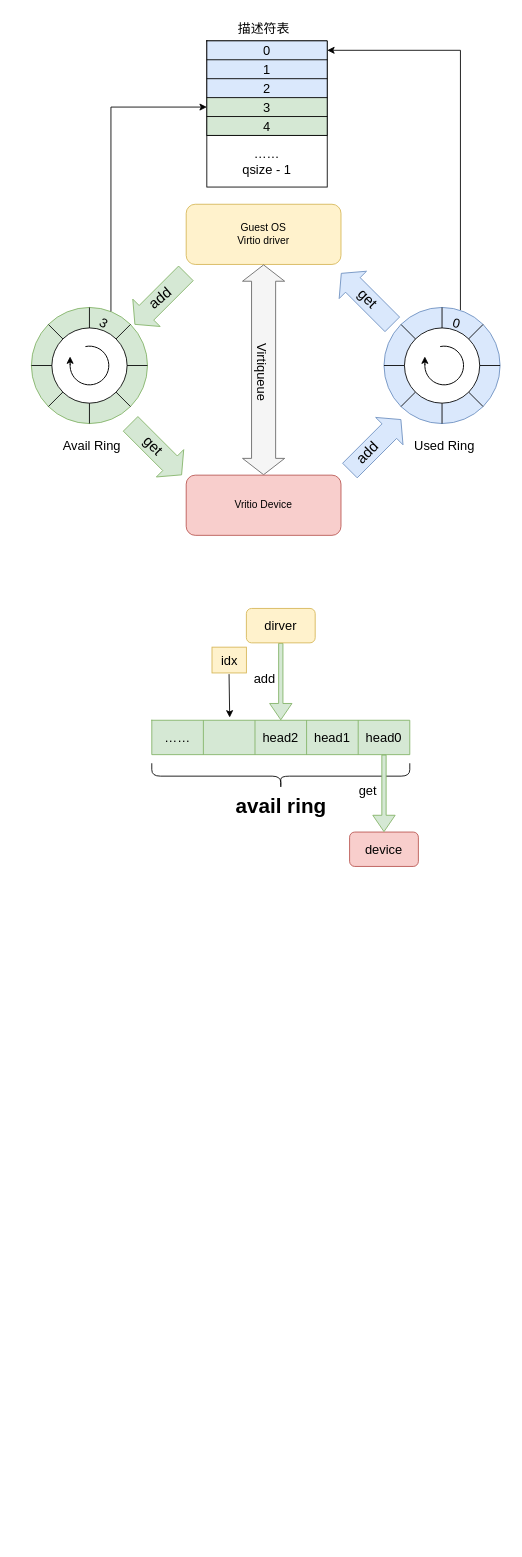
This is virtqueue.drawio from SongXiaoLongg/DrawIO, a draw.io file, before an edit. Source tidied: cells renumbered, new cells numbered last; positions are measured from the earlier drawing's top-left corner, leaving out a move shared by most shapes. Both pictures are drawn from the tidied source at 86%, with x=0, y=0 at pixel (31, 15).
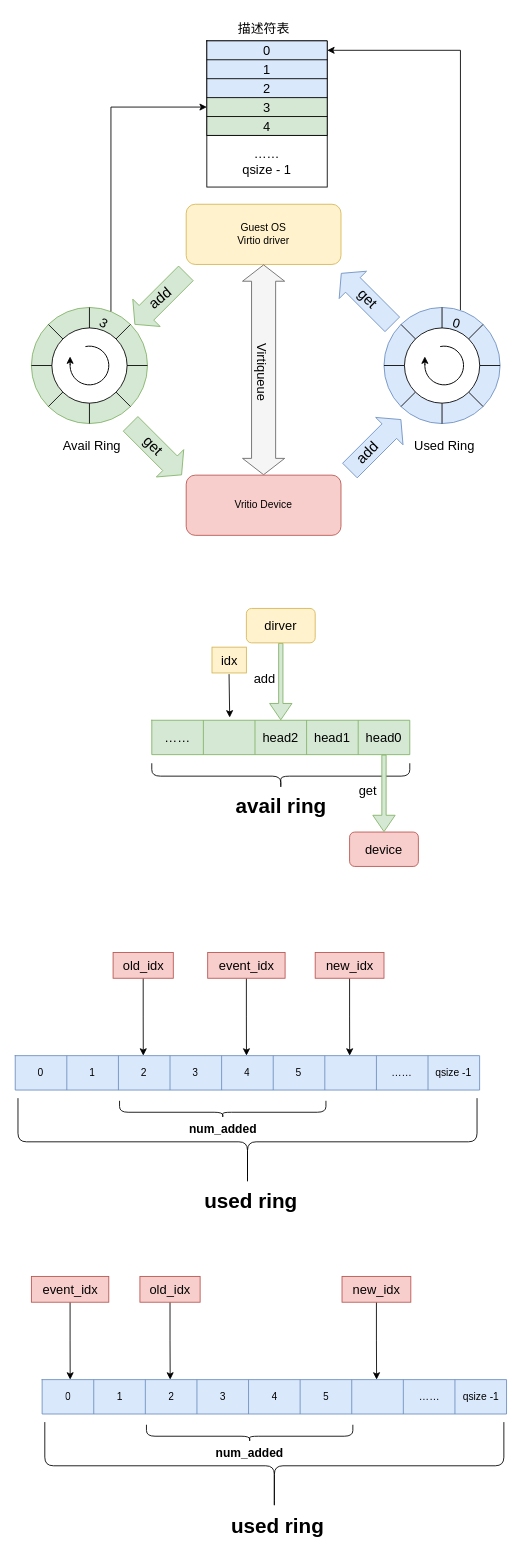
The same diagram, later.

The edit, as a diff of the source:
```diff
@@
+    <mxCell id="78" style="shape=table;startSize=0;childLayout=tableLayout;fillColor=#dae8fc;strokeColor=#6c8ebf;" parent="1" vertex="1">
+      <mxGeometry x="-18.8" y="1210" width="540" height="40" as="geometry" />
+    </mxCell>
+    <mxCell id="79" style="shape=tableRow;horizontal=0;startSize=0;swimlaneHead=0;swimlaneBody=0;top=0;left=0;bottom=0;right=0;fillColor=none;" parent="78" vertex="1">
+      <mxGeometry width="540" height="40" as="geometry" />
+    </mxCell>
+    <mxCell id="80" value="0" style="shape=partialRectangle;html=1;whiteSpace=wrap;overflow=hidden;fillColor=none;top=0;left=0;bottom=0;right=0;" parent="79" vertex="1">
+      <mxGeometry width="60" height="40" as="geometry" />
+    </mxCell>
+    <mxCell id="81" value="1" style="shape=partialRectangle;html=1;whiteSpace=wrap;overflow=hidden;fillColor=none;top=0;left=0;bottom=0;right=0;" parent="79" vertex="1">
+      <mxGeometry x="60" width="60" height="40" as="geometry" />
+    </mxCell>
+    <mxCell id="82" value="2" style="shape=partialRectangle;html=1;whiteSpace=wrap;overflow=hidden;fillColor=none;top=0;left=0;bottom=0;right=0;" parent="79" vertex="1">
+      <mxGeometry x="120" width="60" height="40" as="geometry" />
+    </mxCell>
+    <mxCell id="83" value="3" style="shape=partialRectangle;html=1;whiteSpace=wrap;overflow=hidden;fillColor=none;top=0;left=0;bottom=0;right=0;" parent="79" vertex="1">
+      <mxGeometry x="180" width="60" height="40" as="geometry" />
+    </mxCell>
+    <mxCell id="84" value="4" style="shape=partialRectangle;html=1;whiteSpace=wrap;overflow=hidden;fillColor=none;top=0;left=0;bottom=0;right=0;" parent="79" vertex="1">
+      <mxGeometry x="240" width="60" height="40" as="geometry" />
+    </mxCell>
+    <mxCell id="85" value="5" style="shape=partialRectangle;html=1;whiteSpace=wrap;overflow=hidden;fillColor=none;top=0;left=0;bottom=0;right=0;" parent="79" vertex="1">
+      <mxGeometry x="300" width="60" height="40" as="geometry" />
+    </mxCell>
+    <mxCell id="86" style="shape=partialRectangle;html=1;whiteSpace=wrap;overflow=hidden;fillColor=none;top=0;left=0;bottom=0;right=0;" parent="79" vertex="1">
+      <mxGeometry x="360" width="60" height="40" as="geometry" />
+    </mxCell>
+    <mxCell id="87" value="……" style="shape=partialRectangle;html=1;whiteSpace=wrap;overflow=hidden;fillColor=none;top=0;left=0;bottom=0;right=0;" parent="79" vertex="1">
+      <mxGeometry x="420" width="60" height="40" as="geometry" />
+    </mxCell>
+    <mxCell id="88" value="qsize -1" style="shape=partialRectangle;html=1;whiteSpace=wrap;overflow=hidden;fillColor=none;top=0;left=0;bottom=0;right=0;" parent="79" vertex="1">
+      <mxGeometry x="480" width="60" height="40" as="geometry" />
+    </mxCell>
+    <mxCell id="89" style="shape=curlyBracket;whiteSpace=wrap;html=1;rounded=1;rotation=-90;" parent="1" vertex="1">
+      <mxGeometry x="200.5" y="1043.3" width="101.6" height="533.8" as="geometry" />
+    </mxCell>
+    <mxCell id="90" value="used ring" style="text;strokeColor=none;fillColor=none;html=1;fontSize=24;fontStyle=1;verticalAlign=middle;align=center;labelBackgroundColor=none;labelBorderColor=none;strokeWidth=1;fontColor=default;" parent="1" vertex="1">
+      <mxGeometry x="205" y="1360" width="100" height="40" as="geometry" />
+    </mxCell>
+    <mxCell id="91" style="edgeStyle=orthogonalEdgeStyle;rounded=0;jettySize=auto;html=1;entryX=0.609;entryY=0;entryDx=0;entryDy=0;entryPerimeter=0;" parent="1" edge="1" source="92">
+      <mxGeometry relative="1" as="geometry">
+        <mxPoint x="370.1" y="1210" as="targetPoint" />
+      </mxGeometry>
+    </mxCell>
+    <mxCell id="92" value="new_idx" style="text;html=1;align=center;verticalAlign=middle;points=[];strokeColor=#b85450;fillColor=#f8cecc;fontSize=15;labelBackgroundColor=none;labelBorderColor=none;strokeWidth=1;" parent="1" vertex="1">
+      <mxGeometry x="330" y="1090" width="80" height="30" as="geometry" />
+    </mxCell>
+    <mxCell id="93" style="edgeStyle=orthogonalEdgeStyle;rounded=0;jettySize=auto;html=1;entryX=0.609;entryY=0;entryDx=0;entryDy=0;entryPerimeter=0;" parent="1" edge="1" source="94">
+      <mxGeometry relative="1" as="geometry">
+        <mxPoint x="130.1" y="1210" as="targetPoint" />
+      </mxGeometry>
+    </mxCell>
+    <mxCell id="94" value="old_idx" style="text;html=1;align=center;verticalAlign=middle;points=[];strokeColor=#b85450;fillColor=#f8cecc;fontSize=15;labelBackgroundColor=none;labelBorderColor=none;strokeWidth=1;" parent="1" vertex="1">
+      <mxGeometry x="95" y="1090" width="70" height="30" as="geometry" />
+    </mxCell>
+    <mxCell id="95" style="shape=curlyBracket;whiteSpace=wrap;html=1;rounded=1;rotation=-90;size=0.3333333333333333;" parent="1" vertex="1">
+      <mxGeometry x="212.5" y="1152.5" width="20" height="240" as="geometry" />
+    </mxCell>
+    <mxCell id="96" value="&lt;span style=&quot;font-family: 宋体, Arial; text-align: left;&quot;&gt;&lt;font style=&quot;font-size: 14px;&quot;&gt;&lt;b&gt;num_added&lt;/b&gt;&lt;/font&gt;&lt;/span&gt;" style="text;html=1;strokeColor=none;fillColor=none;align=center;verticalAlign=middle;whiteSpace=wrap;rounded=0;fontColor=#000000;" parent="1" vertex="1">
+      <mxGeometry x="192.5" y="1280" width="60" height="30" as="geometry" />
+    </mxCell>
+    <mxCell id="97" style="edgeStyle=orthogonalEdgeStyle;rounded=0;jettySize=auto;html=1;entryX=0.609;entryY=0;entryDx=0;entryDy=0;entryPerimeter=0;" parent="1" edge="1" source="98">
+      <mxGeometry relative="1" as="geometry">
+        <mxPoint x="250.1" y="1210" as="targetPoint" />
+      </mxGeometry>
+    </mxCell>
+    <mxCell id="98" value="event_idx" style="text;html=1;align=center;verticalAlign=middle;points=[];strokeColor=#b85450;fillColor=#f8cecc;fontSize=15;labelBackgroundColor=none;labelBorderColor=none;strokeWidth=1;" parent="1" vertex="1">
+      <mxGeometry x="205" y="1090" width="90" height="30" as="geometry" />
+    </mxCell>
+    <mxCell id="99" style="shape=table;startSize=0;childLayout=tableLayout;fillColor=#dae8fc;strokeColor=#6c8ebf;" parent="1" vertex="1">
+      <mxGeometry x="12.5" y="1586.7" width="540" height="40" as="geometry" />
+    </mxCell>
+    <mxCell id="100" style="shape=tableRow;horizontal=0;startSize=0;swimlaneHead=0;swimlaneBody=0;top=0;left=0;bottom=0;right=0;fillColor=none;" parent="99" vertex="1">
+      <mxGeometry width="540" height="40" as="geometry" />
+    </mxCell>
+    <mxCell id="101" value="0" style="shape=partialRectangle;html=1;whiteSpace=wrap;overflow=hidden;fillColor=none;top=0;left=0;bottom=0;right=0;" parent="100" vertex="1">
+      <mxGeometry width="60" height="40" as="geometry" />
+    </mxCell>
+    <mxCell id="102" value="1" style="shape=partialRectangle;html=1;whiteSpace=wrap;overflow=hidden;fillColor=none;top=0;left=0;bottom=0;right=0;" parent="100" vertex="1">
+      <mxGeometry x="60" width="60" height="40" as="geometry" />
+    </mxCell>
+    <mxCell id="103" value="2" style="shape=partialRectangle;html=1;whiteSpace=wrap;overflow=hidden;fillColor=none;top=0;left=0;bottom=0;right=0;" parent="100" vertex="1">
+      <mxGeometry x="120" width="60" height="40" as="geometry" />
+    </mxCell>
+    <mxCell id="104" value="3" style="shape=partialRectangle;html=1;whiteSpace=wrap;overflow=hidden;fillColor=none;top=0;left=0;bottom=0;right=0;" parent="100" vertex="1">
+      <mxGeometry x="180" width="60" height="40" as="geometry" />
+    </mxCell>
+    <mxCell id="105" value="4" style="shape=partialRectangle;html=1;whiteSpace=wrap;overflow=hidden;fillColor=none;top=0;left=0;bottom=0;right=0;" parent="100" vertex="1">
+      <mxGeometry x="240" width="60" height="40" as="geometry" />
+    </mxCell>
+    <mxCell id="106" value="5" style="shape=partialRectangle;html=1;whiteSpace=wrap;overflow=hidden;fillColor=none;top=0;left=0;bottom=0;right=0;" parent="100" vertex="1">
+      <mxGeometry x="300" width="60" height="40" as="geometry" />
+    </mxCell>
+    <mxCell id="107" style="shape=partialRectangle;html=1;whiteSpace=wrap;overflow=hidden;fillColor=none;top=0;left=0;bottom=0;right=0;" parent="100" vertex="1">
+      <mxGeometry x="360" width="60" height="40" as="geometry" />
+    </mxCell>
+    <mxCell id="108" value="……" style="shape=partialRectangle;html=1;whiteSpace=wrap;overflow=hidden;fillColor=none;top=0;left=0;bottom=0;right=0;" parent="100" vertex="1">
+      <mxGeometry x="420" width="60" height="40" as="geometry" />
+    </mxCell>
+    <mxCell id="109" value="qsize -1" style="shape=partialRectangle;html=1;whiteSpace=wrap;overflow=hidden;fillColor=none;top=0;left=0;bottom=0;right=0;" parent="100" vertex="1">
+      <mxGeometry x="480" width="60" height="40" as="geometry" />
+    </mxCell>
+    <mxCell id="110" style="shape=curlyBracket;whiteSpace=wrap;html=1;rounded=1;rotation=-90;" parent="1" vertex="1">
+      <mxGeometry x="231.7" y="1420" width="101.6" height="533.8" as="geometry" />
+    </mxCell>
+    <mxCell id="111" value="used ring" style="text;strokeColor=none;fillColor=none;html=1;fontSize=24;fontStyle=1;verticalAlign=middle;align=center;labelBackgroundColor=none;labelBorderColor=none;strokeWidth=1;fontColor=default;" parent="1" vertex="1">
+      <mxGeometry x="236.2" y="1736.7" width="100" height="40" as="geometry" />
+    </mxCell>
+    <mxCell id="112" style="edgeStyle=orthogonalEdgeStyle;rounded=0;jettySize=auto;html=1;entryX=0.609;entryY=0;entryDx=0;entryDy=0;entryPerimeter=0;" parent="1" edge="1" source="113">
+      <mxGeometry relative="1" as="geometry">
+        <mxPoint x="401.4" y="1586.7" as="targetPoint" />
+      </mxGeometry>
+    </mxCell>
+    <mxCell id="113" value="new_idx" style="text;html=1;align=center;verticalAlign=middle;points=[];strokeColor=#b85450;fillColor=#f8cecc;fontSize=15;labelBackgroundColor=none;labelBorderColor=none;strokeWidth=1;" parent="1" vertex="1">
+      <mxGeometry x="361.2" y="1466.7" width="80" height="30" as="geometry" />
+    </mxCell>
+    <mxCell id="114" style="edgeStyle=orthogonalEdgeStyle;rounded=0;jettySize=auto;html=1;entryX=0.609;entryY=0;entryDx=0;entryDy=0;entryPerimeter=0;" parent="1" edge="1" source="115">
+      <mxGeometry relative="1" as="geometry">
+        <mxPoint x="161.4" y="1586.7" as="targetPoint" />
+      </mxGeometry>
+    </mxCell>
+    <mxCell id="115" value="old_idx" style="text;html=1;align=center;verticalAlign=middle;points=[];strokeColor=#b85450;fillColor=#f8cecc;fontSize=15;labelBackgroundColor=none;labelBorderColor=none;strokeWidth=1;" parent="1" vertex="1">
+      <mxGeometry x="126.2" y="1466.7" width="70" height="30" as="geometry" />
+    </mxCell>
+    <mxCell id="116" style="shape=curlyBracket;whiteSpace=wrap;html=1;rounded=1;rotation=-90;size=0.3333333333333333;" parent="1" vertex="1">
+      <mxGeometry x="243.8" y="1529.2" width="20" height="240" as="geometry" />
+    </mxCell>
+    <mxCell id="117" value="&lt;span style=&quot;font-family: 宋体, Arial; text-align: left;&quot;&gt;&lt;font style=&quot;font-size: 14px;&quot;&gt;&lt;b&gt;num_added&lt;/b&gt;&lt;/font&gt;&lt;/span&gt;" style="text;html=1;strokeColor=none;fillColor=none;align=center;verticalAlign=middle;whiteSpace=wrap;rounded=0;fontColor=#000000;" parent="1" vertex="1">
+      <mxGeometry x="223.8" y="1656.7" width="60" height="30" as="geometry" />
+    </mxCell>
+    <mxCell id="118" style="edgeStyle=orthogonalEdgeStyle;rounded=0;jettySize=auto;html=1;entryX=0.609;entryY=0;entryDx=0;entryDy=0;entryPerimeter=0;" parent="1" edge="1" source="119">
+      <mxGeometry relative="1" as="geometry">
+        <mxPoint x="45.1" y="1586.7" as="targetPoint" />
+      </mxGeometry>
+    </mxCell>
+    <mxCell id="119" value="event_idx" style="text;html=1;align=center;verticalAlign=middle;points=[];strokeColor=#b85450;fillColor=#f8cecc;fontSize=15;labelBackgroundColor=none;labelBorderColor=none;strokeWidth=1;" parent="1" vertex="1">
+      <mxGeometry y="1466.7" width="90" height="30" as="geometry" />
+    </mxCell>
```
